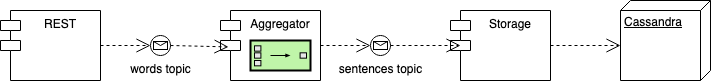
Before: Origin.png, a diagram exported from draw.io (mgubaidullin/origin-spring). Source tidied: cells renumbered, new cells last; positions are measured from the earlier drawing's top-left corner, leaving out a move shared by most shapes. The source it was exported from:
```xml
<mxGraphModel background="#ffffff">
  <root>
    <mxCell id="0" />
    <mxCell id="1" parent="0" />
    <mxCell id="2" value="REST" style="shape=module;align=left;spacingLeft=20;align=center;verticalAlign=top;" parent="1" vertex="1">
      <mxGeometry y="10" width="100" height="70" as="geometry" />
    </mxCell>
    <mxCell id="3" value="words topic" style="shape=mxgraph.bpmn.shape;html=1;verticalLabelPosition=bottom;labelBackgroundColor=#ffffff;verticalAlign=top;align=center;perimeter=ellipsePerimeter;outlineConnect=0;outline=standard;symbol=message;" parent="1" vertex="1">
      <mxGeometry x="150" y="35" width="20" height="20" as="geometry" />
    </mxCell>
    <mxCell id="4" value="Aggregator" style="shape=module;align=left;spacingLeft=20;align=center;verticalAlign=top;" parent="1" vertex="1">
      <mxGeometry x="220" y="10" width="100" height="70" as="geometry" />
    </mxCell>
    <mxCell id="5" value="sentences topic" style="shape=mxgraph.bpmn.shape;html=1;verticalLabelPosition=bottom;labelBackgroundColor=#ffffff;verticalAlign=top;align=center;perimeter=ellipsePerimeter;outlineConnect=0;outline=standard;symbol=message;" parent="1" vertex="1">
      <mxGeometry x="370" y="35" width="20" height="20" as="geometry" />
    </mxCell>
    <mxCell id="6" value="Storage" style="shape=module;align=left;spacingLeft=20;align=center;verticalAlign=top;" parent="1" vertex="1">
      <mxGeometry x="450" y="10" width="100" height="70" as="geometry" />
    </mxCell>
    <mxCell id="7" style="endArrow=open;endSize=12;dashed=1;html=1;exitX=1;exitY=0.5;exitDx=0;exitDy=0;entryX=0;entryY=0.5;entryDx=0;entryDy=0;" parent="1" edge="1" source="2" target="3">
      <mxGeometry relative="1" as="geometry" />
    </mxCell>
    <mxCell id="8" style="endArrow=open;endSize=12;dashed=1;html=1;entryX=0.08;entryY=0.52;entryDx=0;entryDy=0;entryPerimeter=0;exitX=1;exitY=0.5;exitDx=0;exitDy=0;" parent="1" edge="1" source="3" target="4">
      <mxGeometry relative="1" as="geometry" />
    </mxCell>
    <mxCell id="9" style="endArrow=open;endSize=12;dashed=1;html=1;exitX=1;exitY=0.5;exitDx=0;exitDy=0;entryX=0;entryY=0.5;entryDx=0;entryDy=0;" parent="1" edge="1" source="4" target="5">
      <mxGeometry relative="1" as="geometry" />
    </mxCell>
    <mxCell id="10" style="endArrow=open;endSize=12;dashed=1;html=1;exitX=1;exitY=0.5;exitDx=0;exitDy=0;entryX=0.1;entryY=0.5;entryDx=0;entryDy=0;entryPerimeter=0;" parent="1" edge="1" source="5" target="6">
      <mxGeometry relative="1" as="geometry" />
    </mxCell>
    <mxCell id="11" value="Cassandra" style="verticalAlign=top;align=left;spacingTop=8;spacingLeft=2;spacingRight=12;shape=cube;size=10;direction=south;fontStyle=4;html=1;" parent="1" vertex="1">
      <mxGeometry x="620" width="90" height="80" as="geometry" />
    </mxCell>
    <mxCell id="12" style="endArrow=open;endSize=12;dashed=1;html=1;entryX=0;entryY=0;entryDx=45;entryDy=90;entryPerimeter=0;exitX=1;exitY=0.5;exitDx=0;exitDy=0;" parent="1" edge="1" source="6" target="11">
      <mxGeometry relative="1" as="geometry" />
    </mxCell>
    <mxCell id="13" style="strokeWidth=2;dashed=0;align=center;fontSize=8;fillColor=#c0f5a9;verticalLabelPosition=bottom;verticalAlign=top;shape=mxgraph.eip.aggregator;" parent="1" vertex="1">
      <mxGeometry x="250" y="40" width="60" height="30" as="geometry" />
    </mxCell>
  </root>
</mxGraphModel>
```
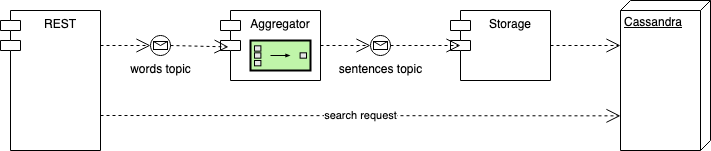
Later version of the same file.

Change to the diagram source:
```diff
@@ -3,7 +3,7 @@
     <mxCell id="0" />
     <mxCell id="1" parent="0" />
     <mxCell id="2" value="REST" style="shape=module;align=left;spacingLeft=20;align=center;verticalAlign=top;" parent="1" vertex="1">
-      <mxGeometry y="10" width="100" height="70" as="geometry" />
+      <mxGeometry y="10" width="100" height="140" as="geometry" />
     </mxCell>
     <mxCell id="3" value="words topic" style="shape=mxgraph.bpmn.shape;html=1;verticalLabelPosition=bottom;labelBackgroundColor=#ffffff;verticalAlign=top;align=center;perimeter=ellipsePerimeter;outlineConnect=0;outline=standard;symbol=message;" parent="1" vertex="1">
       <mxGeometry x="150" y="35" width="20" height="20" as="geometry" />
@@ -17,7 +17,7 @@
     <mxCell id="6" value="Storage" style="shape=module;align=left;spacingLeft=20;align=center;verticalAlign=top;" parent="1" vertex="1">
       <mxGeometry x="450" y="10" width="100" height="70" as="geometry" />
     </mxCell>
-    <mxCell id="7" style="endArrow=open;endSize=12;dashed=1;html=1;exitX=1;exitY=0.5;exitDx=0;exitDy=0;entryX=0;entryY=0.5;entryDx=0;entryDy=0;" parent="1" edge="1" source="2" target="3">
+    <mxCell id="7" style="endArrow=open;endSize=12;dashed=1;html=1;exitX=1;exitY=0.25;exitDx=0;exitDy=0;entryX=0;entryY=0.5;entryDx=0;entryDy=0;" parent="1" edge="1" source="2" target="3">
       <mxGeometry relative="1" as="geometry" />
     </mxCell>
     <mxCell id="8" style="endArrow=open;endSize=12;dashed=1;html=1;entryX=0.08;entryY=0.52;entryDx=0;entryDy=0;entryPerimeter=0;exitX=1;exitY=0.5;exitDx=0;exitDy=0;" parent="1" edge="1" source="3" target="4">
@@ -30,7 +30,7 @@
       <mxGeometry relative="1" as="geometry" />
     </mxCell>
     <mxCell id="11" value="Cassandra" style="verticalAlign=top;align=left;spacingTop=8;spacingLeft=2;spacingRight=12;shape=cube;size=10;direction=south;fontStyle=4;html=1;" parent="1" vertex="1">
-      <mxGeometry x="620" width="90" height="80" as="geometry" />
+      <mxGeometry x="620" width="90" height="150" as="geometry" />
     </mxCell>
     <mxCell id="12" style="endArrow=open;endSize=12;dashed=1;html=1;entryX=0;entryY=0;entryDx=45;entryDy=90;entryPerimeter=0;exitX=1;exitY=0.5;exitDx=0;exitDy=0;" parent="1" edge="1" source="6" target="11">
       <mxGeometry relative="1" as="geometry" />
@@ -38,5 +38,8 @@
     <mxCell id="13" style="strokeWidth=2;dashed=0;align=center;fontSize=8;fillColor=#c0f5a9;verticalLabelPosition=bottom;verticalAlign=top;shape=mxgraph.eip.aggregator;" parent="1" vertex="1">
       <mxGeometry x="250" y="40" width="60" height="30" as="geometry" />
     </mxCell>
+    <mxCell id="14" value="search request" style="endArrow=open;endSize=12;dashed=1;html=1;exitX=1;exitY=0.75;exitDx=0;exitDy=0;entryX=0.769;entryY=1;entryDx=0;entryDy=0;entryPerimeter=0;" parent="1" edge="1" source="2" target="11">
+      <mxGeometry relative="1" as="geometry" />
+    </mxCell>
   </root>
 </mxGraphModel>
```
